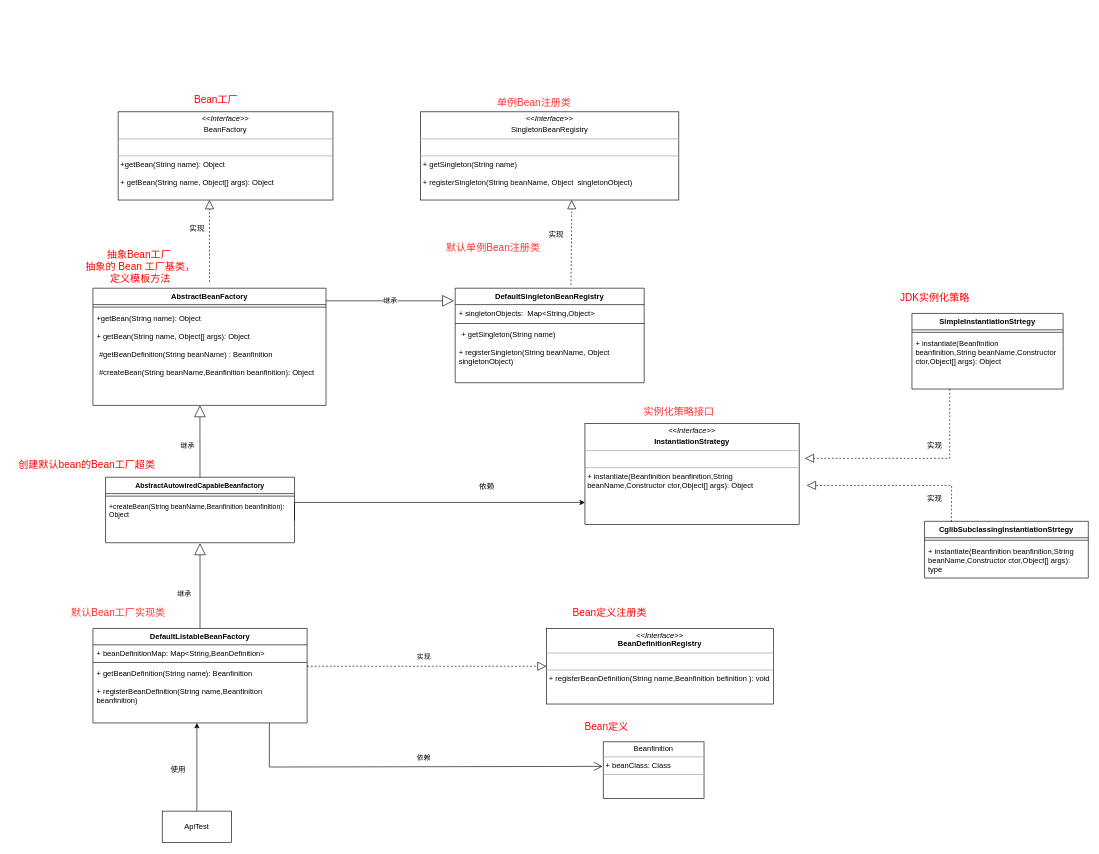
Earlier version of the draw.io diagram page "第 4 页" (4 of 6) of Spring框架-1.drawio (cmorwh/file_uml). Source tidied: cells renumbered, new cells numbered last; positions are measured from the earlier drawing's top-left corner, leaving out a move shared by most shapes. Both pictures are drawn from the tidied source at 63%, with x=0, y=0 at pixel (11, 89).
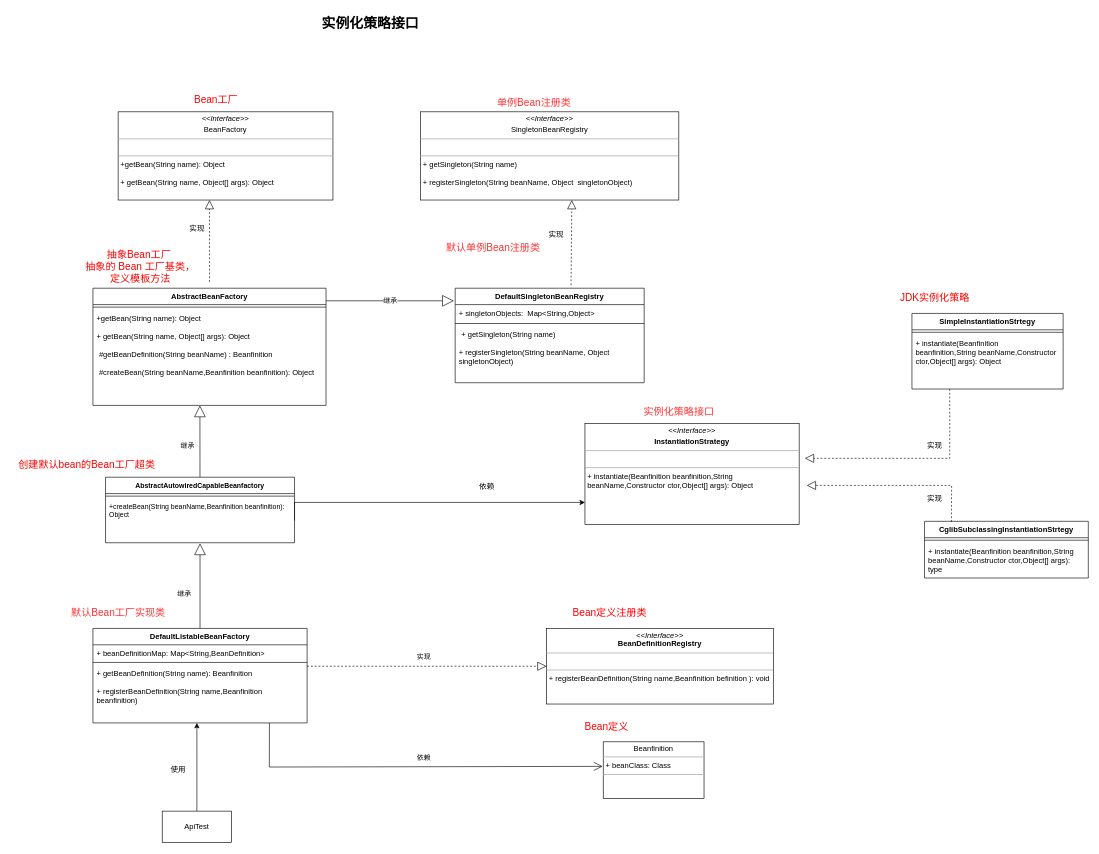
The same page after the edit.

Diff of the diagram source:
```diff
@@
+    <mxCell id="59" value="&lt;b&gt;&lt;font style=&quot;font-size: 22px;&quot;&gt;实例化策略接口&lt;/font&gt;&lt;/b&gt;" style="text;html=1;align=center;verticalAlign=middle;strokeColor=none;fillColor=none;" parent="1" vertex="1">
+      <mxGeometry x="480" y="-125" width="180" height="40" as="geometry" />
+    </mxCell>
```
